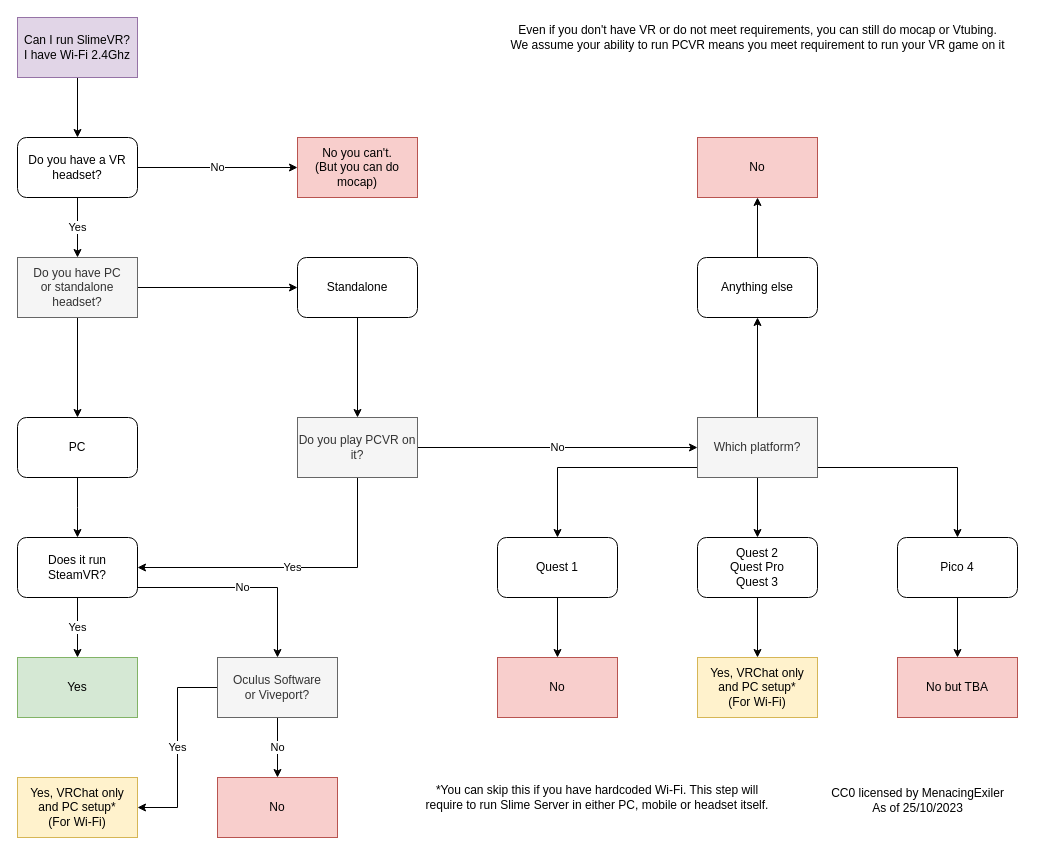
The draw.io diagram SlimeGuide.drawio in MenacingExiler/CanIRunSlimeVR, before the edit. Source tidied: cells renumbered, new cells numbered last; positions are measured from the earlier drawing's top-left corner, leaving out a move shared by most shapes. Both pictures are drawn from the tidied source at 100%, with x=0, y=0 at pixel (17, 17).
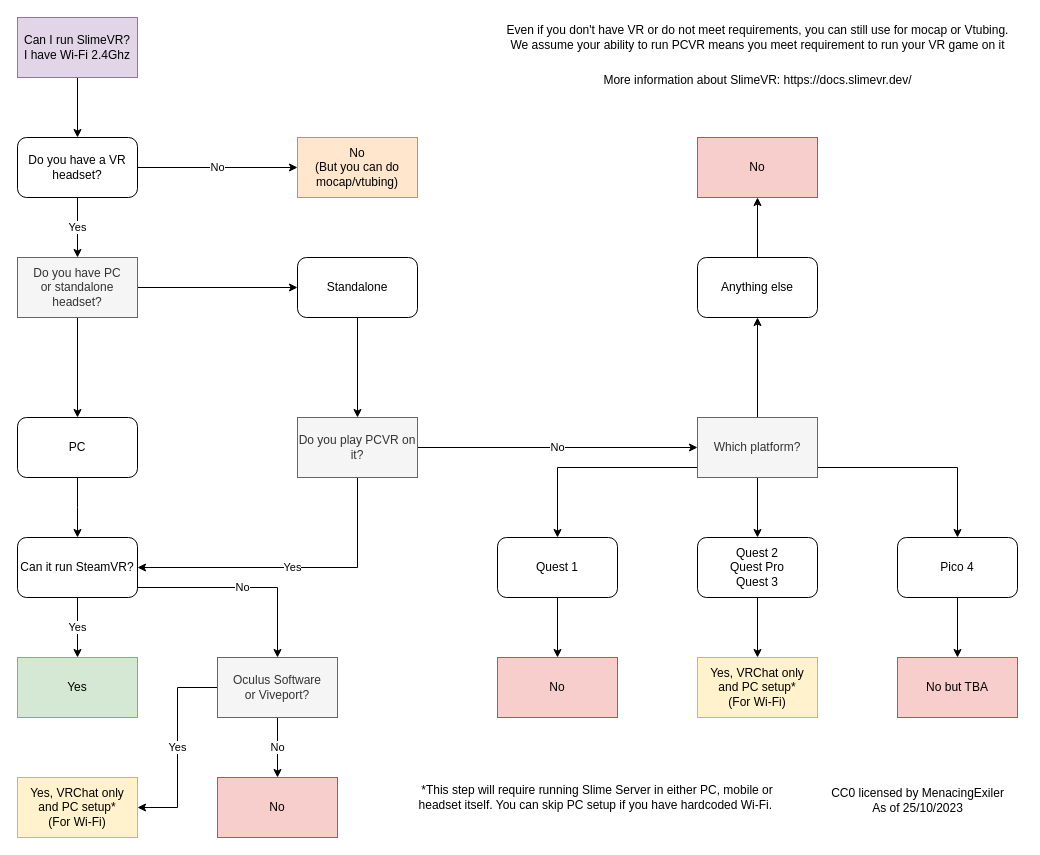
The same page after the edit.

What changed in the source:
```diff
@@
-    <mxCell id="7" value="No you can't.&lt;br&gt;(But you can do mocap)" style="rounded=0;whiteSpace=wrap;html=1;fillColor=#f8cecc;strokeColor=#b85450;" parent="1" vertex="1">
+    <mxCell id="7" value="No&lt;br&gt;(But you can do mocap/vtubing)" style="rounded=0;whiteSpace=wrap;html=1;fillColor=#ffe6cc;strokeColor=#d79b00;" parent="1" vertex="1">
       <mxGeometry x="280" y="120" width="120" height="60" as="geometry" />
     </mxCell>
@@
-    <mxCell id="17" value="Does it run SteamVR?" style="rounded=1;whiteSpace=wrap;html=1;" parent="1" vertex="1">
+    <mxCell id="17" value="Can it run SteamVR?" style="rounded=1;whiteSpace=wrap;html=1;" parent="1" vertex="1">
       <mxGeometry y="520" width="120" height="60" as="geometry" />
     </mxCell>
@@
-    <mxCell id="45" value="*You can skip this if you have hardcoded Wi-Fi. This step will require to run Slime Server in either PC, mobile or headset itself." style="text;html=1;strokeColor=none;fillColor=none;align=center;verticalAlign=middle;whiteSpace=wrap;rounded=0;" parent="1" vertex="1">
+    <mxCell id="45" value="*This step will require running Slime Server in either PC, mobile or headset itself. You can skip PC setup if you have hardcoded Wi-Fi.&amp;nbsp;" style="text;html=1;strokeColor=none;fillColor=none;align=center;verticalAlign=middle;whiteSpace=wrap;rounded=0;" parent="1" vertex="1">
       <mxGeometry x="400" y="760" width="360" height="40" as="geometry" />
     </mxCell>
-    <mxCell id="46" value="Even if you don't have VR or do not meet requirements, you can still do mocap or Vtubing.&lt;br&gt;We assume your ability to run PCVR means you meet requirement to run your VR game on it" style="text;html=1;align=center;verticalAlign=middle;strokeColor=none;fillColor=none;" parent="1" vertex="1">
-      <mxGeometry x="480" width="520" height="40" as="geometry" />
+    <mxCell id="46" value="Even if you don't have VR or do not meet requirements, you can still use for mocap or Vtubing.&lt;br&gt;We assume your ability to run PCVR means you meet requirement to run your VR game on it" style="text;html=1;align=center;verticalAlign=middle;strokeColor=none;fillColor=none;" parent="1" vertex="1">
+      <mxGeometry x="475" width="530" height="40" as="geometry" />
     </mxCell>
+    <mxCell id="47" value="More information about SlimeVR:&amp;nbsp;https://docs.slimevr.dev/" style="text;html=1;align=center;verticalAlign=middle;strokeColor=none;fillColor=none;" parent="1" vertex="1">
+      <mxGeometry x="575" y="48" width="330" height="30" as="geometry" />
+    </mxCell>
```
